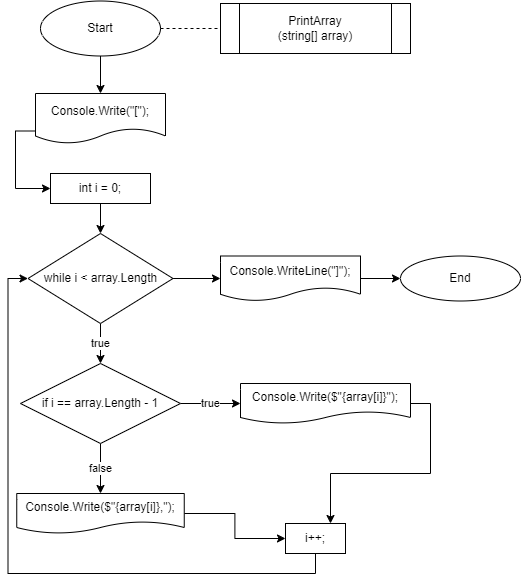
Ryooku21/Qarter-project keeps this draw.io diagram as PrintArray.png. Above is the earlier version. Source tidied: cells renumbered, new cells last; positions are measured from the earlier drawing's top-left corner, leaving out a move shared by most shapes.
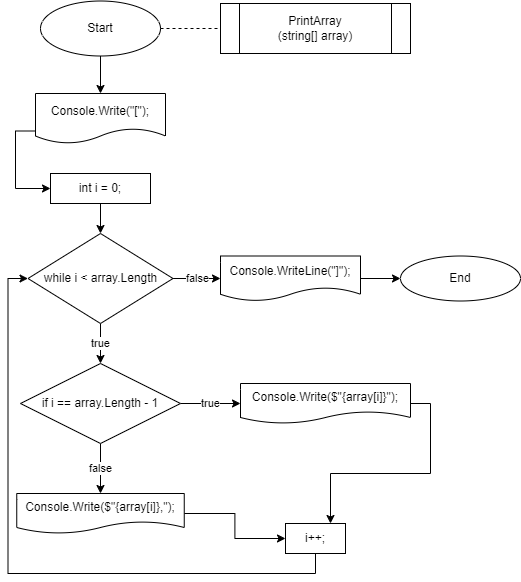
After the commit.

Commit message:
draw body diagramm

Diff of the diagram source:
```diff
@@ -29,7 +29,7 @@
     <mxCell id="10" value="true" style="edgeStyle=orthogonalEdgeStyle;rounded=0;jettySize=auto;html=1;exitX=0.5;exitY=1;exitDx=0;exitDy=0;entryX=0.5;entryY=0;entryDx=0;entryDy=0;" parent="1" edge="1" source="12" target="15">
       <mxGeometry relative="1" as="geometry" />
     </mxCell>
-    <mxCell id="11" style="edgeStyle=orthogonalEdgeStyle;rounded=0;jettySize=auto;html=1;exitX=1;exitY=0.5;exitDx=0;exitDy=0;entryX=0;entryY=0.5;entryDx=0;entryDy=0;" parent="1" edge="1" source="12" target="24">
+    <mxCell id="11" value="false" style="edgeStyle=orthogonalEdgeStyle;rounded=0;jettySize=auto;html=1;exitX=1;exitY=0.5;exitDx=0;exitDy=0;entryX=0;entryY=0.5;entryDx=0;entryDy=0;" parent="1" edge="1" source="12" target="24">
       <mxGeometry relative="1" as="geometry" />
     </mxCell>
     <mxCell id="12" value="while i &amp;lt; array.Length" style="rhombus;whiteSpace=wrap;html=1;" parent="1" vertex="1">
```
